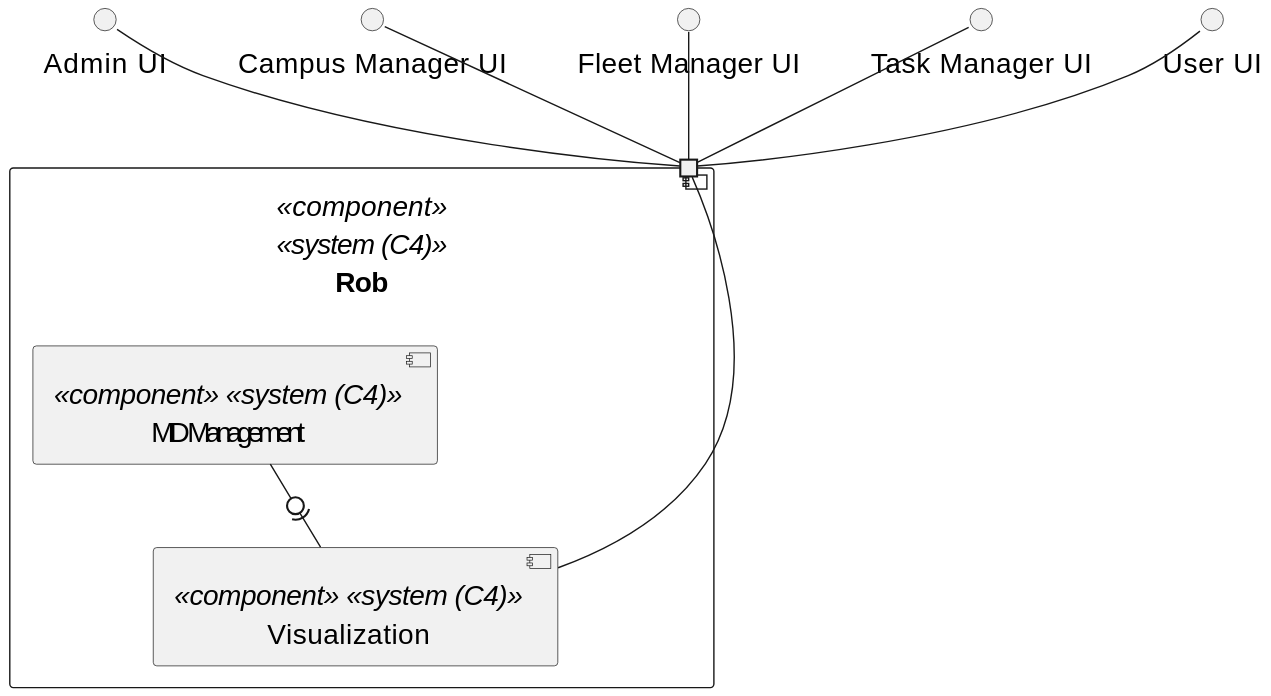
miseEnPlace-dev/lapr5 keeps this PlantUML diagram as _wiki/views/level-2/logical-view/assets/logic-view.svg. Above is the earlier version. The source it was exported from:
```plantuml
@startuml
skinparamlocked defaultFontSize 20

interface "Admin UI" as AUI
interface "Campus Manager UI" as CUI
interface "Fleet Manager UI" as FUI
interface "Task Manager UI" as TUI
interface "User UI" as UUI

component "Rob" <<component>> <<system (C4)>> {
  portin " " as P1

  component "Visualization" as V <<component>> <<system (C4)>> {
  }

  component "MD Devices" as MDD <<component>> <<system (C4)>> {
  }
}


V -- P1
MDD -0)- V

AUI -- P1
CUI -- P1
FUI -- P1
TUI -- P1
UUI -- P1
@enduml
```
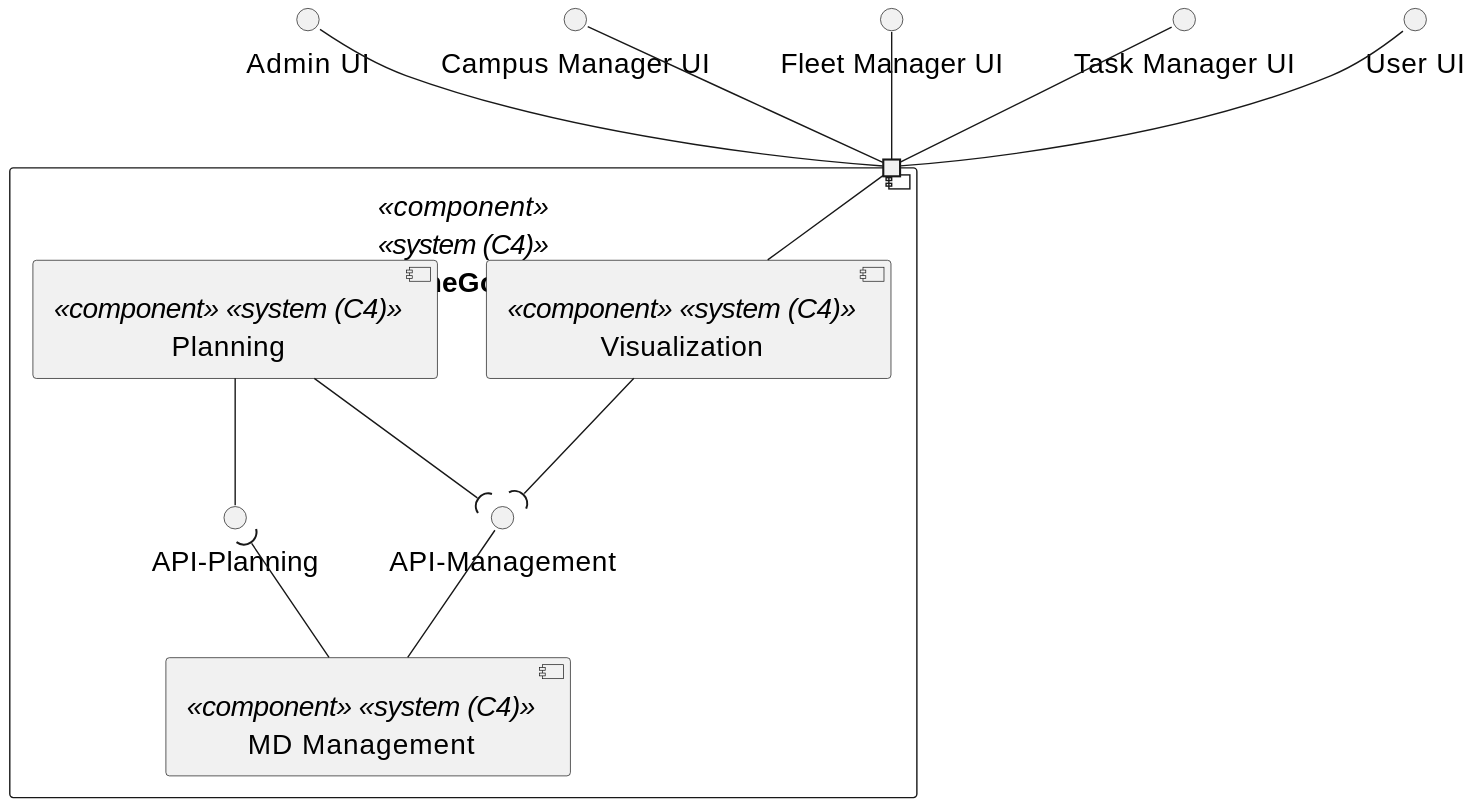
After the commit.

Change to the diagram source:
```diff
@@ -7,19 +7,29 @@
 interface "Task Manager UI" as TUI
 interface "User UI" as UUI
 
-component "Rob" <<component>> <<system (C4)>> {
+component "RobDroneGo System" <<component>> <<system (C4)>> {
   portin " " as P1
+
+  Interface "API-Management" as API
+  Interface "API-Planning" as PAPI
 
   component "Visualization" as V <<component>> <<system (C4)>> {
   }
 
-  component "MD Devices" as MDD <<component>> <<system (C4)>> {
+  component "MD Management" as MDM <<component>> <<system (C4)>> {
+  }
+
+  component "Planning" as P <<component>> <<system (C4)>> {
   }
 }
 
 
 V -- P1
-MDD -0)- V
+MDM -up- API
+V --( API
+P --( API
+P -- PAPI
+MDM -up-( PAPI
 
 AUI -- P1
 CUI -- P1
```
